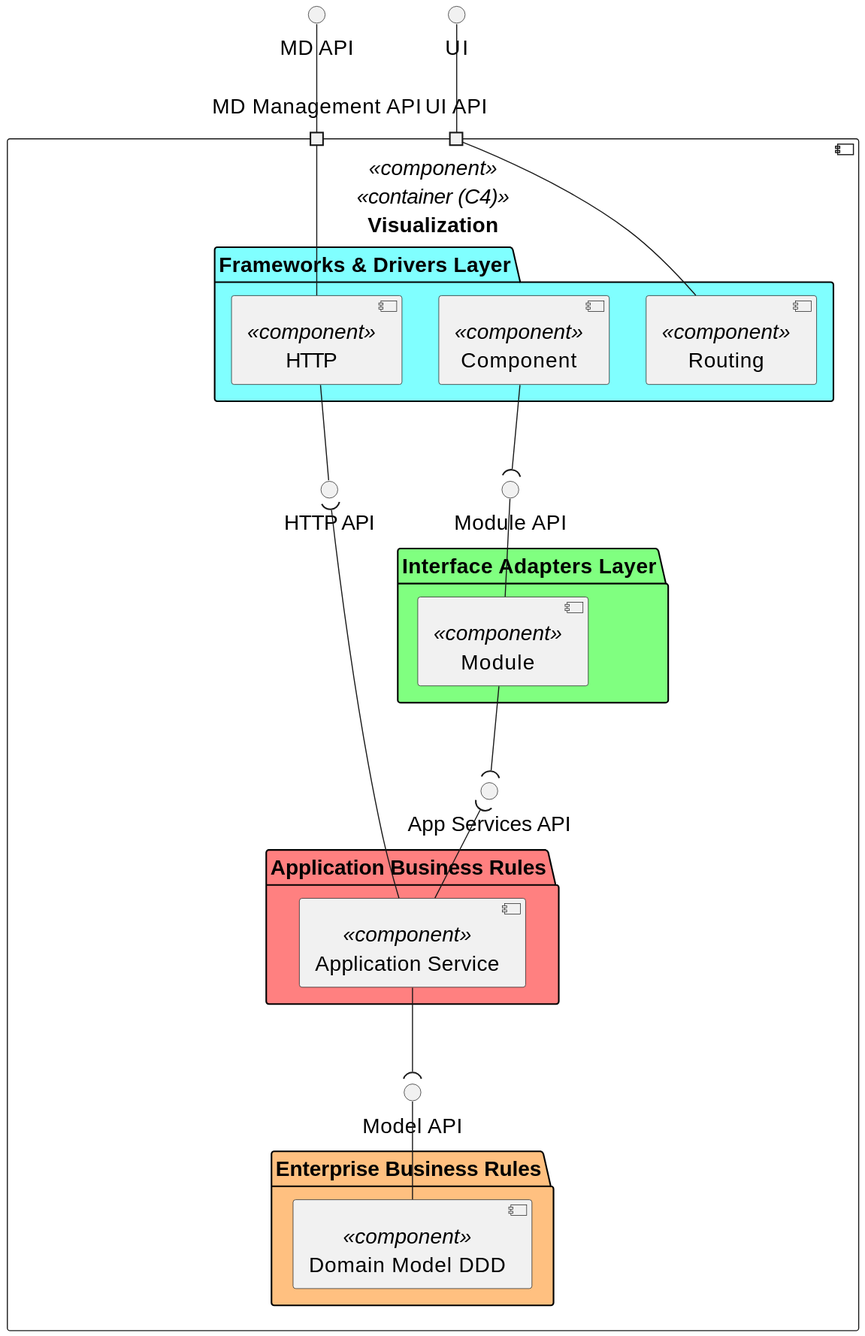
The PlantUML diagram _wiki/views/level-3/ui-logical-view/assets/logical-view.svg in miseEnPlace-dev/lapr5, before a commit. Its diagram source:
```plantuml
@startuml
skinparamlocked defaultFontSize 20

top to bottom direction

interface "MD API" as API
interface "UI" as UI

component "Visualization" as VIS <<component>> <<container (C4)>> {
  portin "MD Management API" as P1
  portin "UI API" as P2

  Interface "Module API" as MODULE_API


  folder "Frameworks & Drivers Layer" #80FFFF {
    component "Routing" as ROUTE <<component>> {
    }
    component "Component" as COMPONENT <<component>> {
    }
    component "HTTP" as HTTP <<component>> {
    }
  }

  Interface "HTTP API" AS HTTP_API

  Interface "App Services API" AS SRV_API
  Interface "Model API" AS MODEL_API

  folder "Interface Adapters Layer" #80FF80 {
    component "Module" as MODULE <<component>> {
    }
  }

  folder "Application Business Rules" #FF8080 {
    component "Application Service" as SRV <<component>> {
    }
  }

  folder "Enterprise Business Rules" #FFC080 {
    component "Domain Model DDD" as MODEL <<component>> {
    }
  }
}

API -- P1
ROUTE -- P2
UI -- P2

P1 --- HTTP
COMPONENT --( MODULE_API

HTTP_API )-- SRV
HTTP_API -up- HTTP

MODULE -up- MODULE_API

MODULE --( SRV_API
SRV -up-( SRV_API

SRV --( MODEL_API
MODEL -up- MODEL_API
@enduml
```
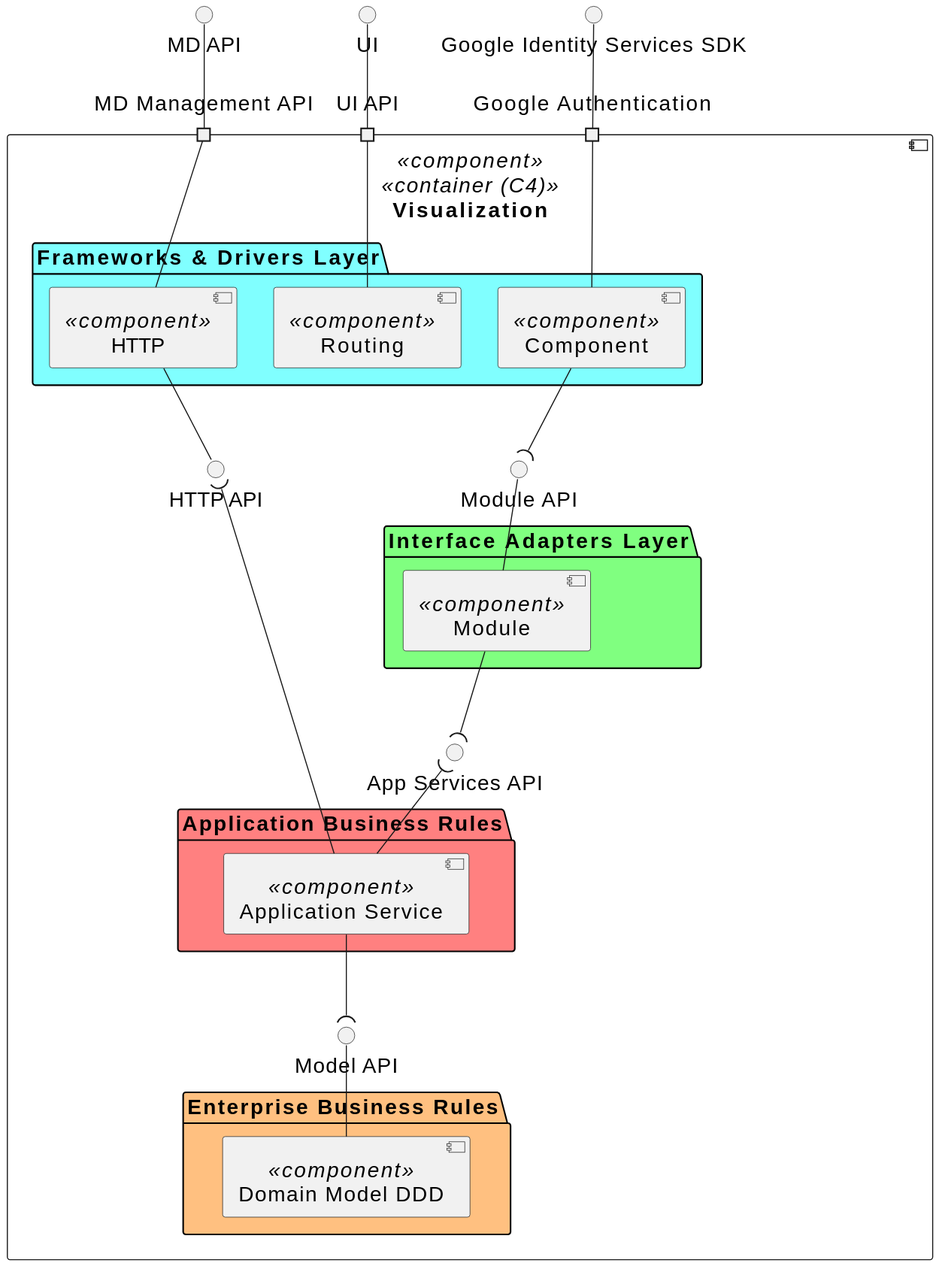
Later version of the same file.

The edit, as a diff of the source:
```diff
@@ -4,11 +4,13 @@
 top to bottom direction
 
 interface "MD API" as API
+interface "Google Identity Services SDK" as GS
 interface "UI" as UI
 
 component "Visualization" as VIS <<component>> <<container (C4)>> {
   portin "MD Management API" as P1
   portin "UI API" as P2
+  portin "Google Authentication" as P3
 
   Interface "Module API" as MODULE_API
 
@@ -46,9 +48,11 @@
 API -- P1
 ROUTE -- P2
 UI -- P2
+GS -- P3
 
 P1 --- HTTP
 COMPONENT --( MODULE_API
+COMPONENT -- P3
 
 HTTP_API )-- SRV
 HTTP_API -up- HTTP
```
